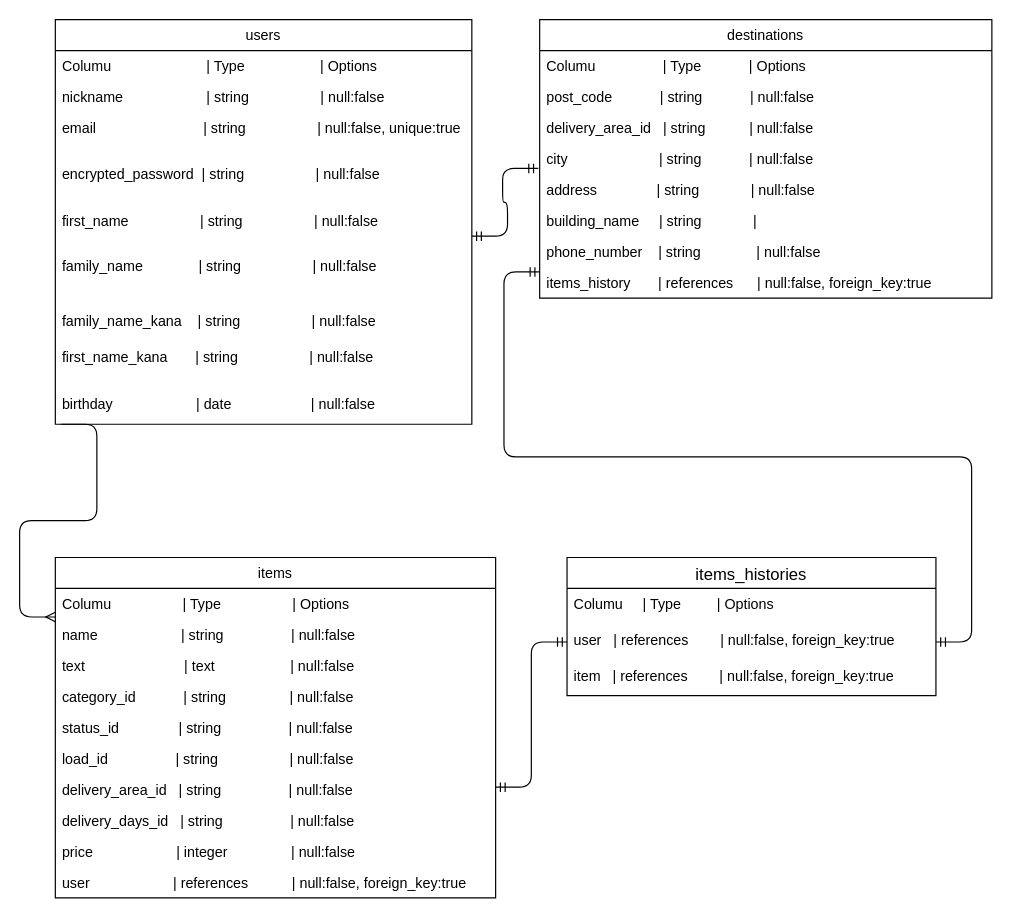
Above: page "ページ1" (1 of 2) of test.dio in tarutaros/furima-25387 (draw.io), before the change. Source tidied: cells renumbered, new cells numbered last; positions are measured from the earlier drawing's top-left corner, leaving out a move shared by most shapes. Both pictures are drawn from the tidied source at 119%, with x=0, y=0 at pixel (55, 19).
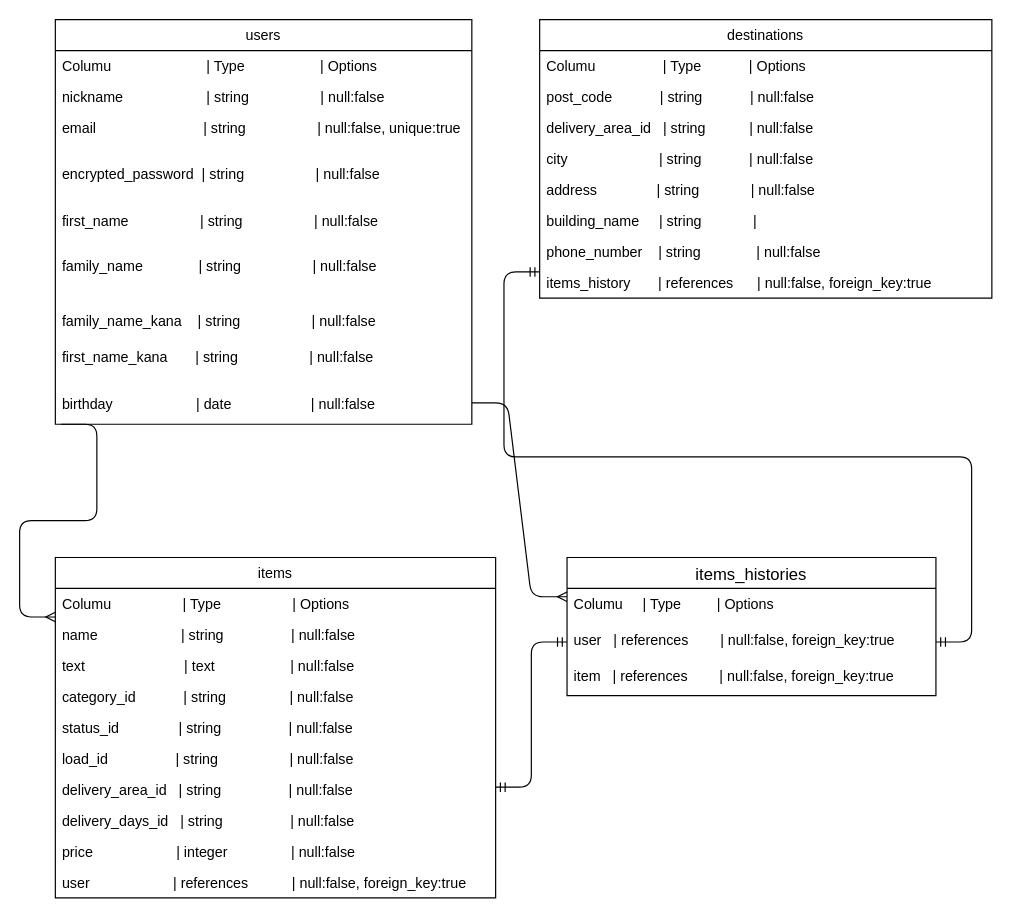
Above is the later version.

Commit message (it also covers changes not shown here):
テーブル設計訂正４回目

Unchanged cells that the change refers to:
```xml
<mxCell id="17" value="address               | string             | null:false" style="text;strokeColor=none;fillColor=none;align=left;verticalAlign=top;spacingLeft=4;spacingRight=4;overflow=hidden;points=[[0,0.5],[1,0.5]];portConstraint=eastwest;" parent="12" vertex="1">
  <mxGeometry y="130" width="380" height="26" as="geometry" />
</mxCell>
<mxCell id="34" value="Columu     | Type         | Options" style="text;strokeColor=none;fillColor=none;spacingLeft=4;spacingRight=4;overflow=hidden;points=[[0,0.5],[1,0.5]];portConstraint=eastwest;fontSize=12;" parent="33" vertex="1">
  <mxGeometry y="26" width="310" height="30" as="geometry" />
</mxCell>
```

The edit, as a diff of the source:
```diff
@@
-    <mxCell id="39" style="edgeStyle=entityRelationEdgeStyle;fontSize=12;html=1;endArrow=ERmandOne;startArrow=ERmandOne;entryX=-0.003;entryY=-0.192;entryDx=0;entryDy=0;entryPerimeter=0;" parent="1" edge="1" target="17">
-      <mxGeometry relative="1" as="geometry">
-        <mxPoint x="350" y="182" as="sourcePoint" />
-      </mxGeometry>
-    </mxCell>
+    <mxCell id="40" style="edgeStyle=entityRelationEdgeStyle;fontSize=12;html=1;endArrow=ERmany;entryX=0;entryY=0.233;entryDx=0;entryDy=0;entryPerimeter=0;" parent="1" edge="1" target="34">
+      <mxGeometry relative="1" as="geometry">
+        <mxPoint x="350" y="322" as="sourcePoint" />
+      </mxGeometry>
+    </mxCell>
```
